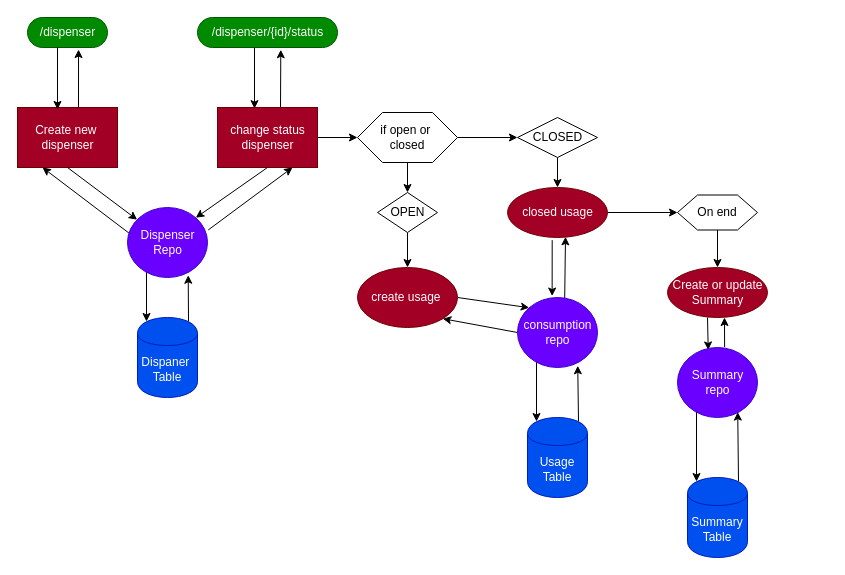
Earlier version of the draw.io diagram flow.drawio (KevinSDJ/BeerTapDispenser). Source tidied: cells renumbered, new cells numbered last; positions are measured from the earlier drawing's top-left corner, leaving out a move shared by most shapes. Both pictures are drawn from the tidied source at 100%, with x=0, y=0 at pixel (17, 17).
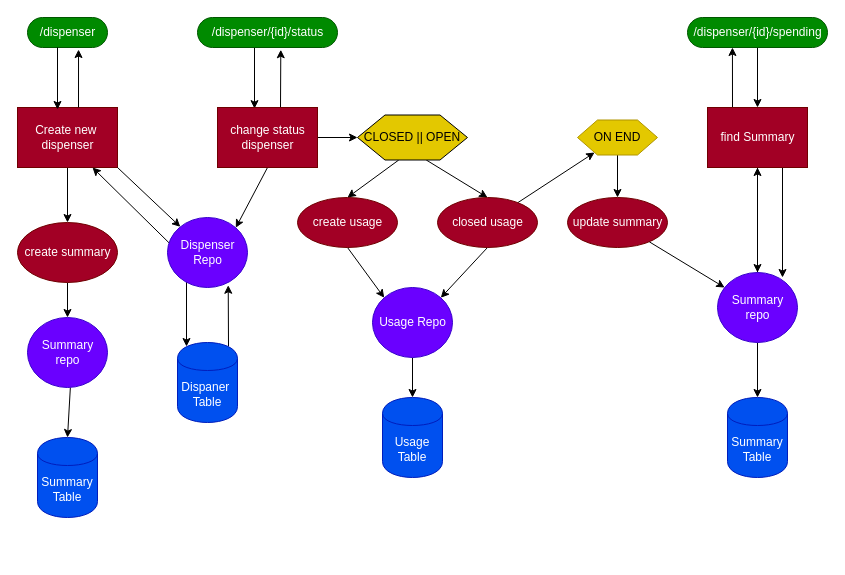
The same diagram, later.

The change refers to these unchanged cells:
```xml
<mxCell id="3" value="Create new&amp;nbsp; &lt;br&gt;dispenser" style="html=1;dashed=0;whitespace=wrap;fillColor=#a20025;fontColor=#ffffff;strokeColor=#6F0000;" parent="1" vertex="1">
  <mxGeometry y="90" width="100" height="60" as="geometry" />
</mxCell>
<mxCell id="14" value="change status&lt;br&gt;dispenser" style="html=1;dashed=0;whitespace=wrap;fillColor=#a20025;fontColor=#ffffff;strokeColor=#6F0000;" parent="1" vertex="1">
  <mxGeometry x="200" y="90" width="100" height="60" as="geometry" />
</mxCell>
```

What changed in the source:
```diff
@@
+    <mxCell id="46" style="edgeStyle=none;html=1;" parent="1" edge="1" source="3" target="56">
+      <mxGeometry relative="1" as="geometry" />
+    </mxCell>
@@
-    <mxCell id="6" style="edgeStyle=none;html=1;entryX=0.25;entryY=1;entryDx=0;entryDy=0;strokeColor=default;exitX=0.036;exitY=0.381;exitDx=0;exitDy=0;exitPerimeter=0;" parent="1" edge="1" source="8" target="3">
+    <mxCell id="6" style="edgeStyle=none;html=1;entryX=0.75;entryY=1;entryDx=0;entryDy=0;strokeColor=default;exitX=0.036;exitY=0.381;exitDx=0;exitDy=0;exitPerimeter=0;" parent="1" edge="1" source="8" target="3">
       <mxGeometry relative="1" as="geometry" />
     </mxCell>
     <mxCell id="7" style="edgeStyle=none;html=1;entryX=0.15;entryY=0.05;entryDx=0;entryDy=0;entryPerimeter=0;strokeColor=default;" parent="1" edge="1" target="16">
       <mxGeometry relative="1" as="geometry">
-        <mxPoint x="129" y="240" as="sourcePoint" />
+        <mxPoint x="169" y="260" as="sourcePoint" />
       </mxGeometry>
     </mxCell>
     <mxCell id="8" value="Dispenser&lt;br&gt;Repo" style="shape=ellipse;html=1;dashed=0;whitespace=wrap;perimeter=ellipsePerimeter;fillColor=#6a00ff;fontColor=#ffffff;strokeColor=#3700CC;" parent="1" vertex="1">
-      <mxGeometry x="110" y="190" width="80" height="70" as="geometry" />
+      <mxGeometry x="150" y="200" width="80" height="70" as="geometry" />
     </mxCell>
-    <mxCell id="9" style="endArrow=classic;html=1;exitX=0.5;exitY=1;exitDx=0;exitDy=0;" parent="1" edge="1" source="3" target="8">
+    <mxCell id="9" style="endArrow=classic;html=1;exitX=1;exitY=1;exitDx=0;exitDy=0;" parent="1" edge="1" source="3" target="8">
       <mxGeometry relative="1" as="geometry" />
     </mxCell>
@@
+    <mxCell id="17" style="edgeStyle=none;html=1;exitX=0.5;exitY=1;exitDx=0;exitDy=0;entryX=1;entryY=0;entryDx=0;entryDy=0;" parent="1" edge="1" source="14" target="8">
+      <mxGeometry relative="1" as="geometry" />
+    </mxCell>
@@
     <mxCell id="16" value="Dispaner&amp;nbsp;&lt;br&gt;Table" style="shape=cylinder;whiteSpace=wrap;html=1;boundedLbl=1;backgroundOutline=1;fillColor=#0050ef;fontColor=#ffffff;strokeColor=#001DBC;" parent="1" vertex="1">
-      <mxGeometry x="120" y="300" width="60" height="80" as="geometry" />
+      <mxGeometry x="160" y="325" width="60" height="80" as="geometry" />
     </mxCell>
-    <mxCell id="17" style="endArrow=classic;html=1;strokeColor=default;exitX=0.5;exitY=1;exitDx=0;exitDy=0;entryX=1;entryY=0;entryDx=0;entryDy=0;" parent="1" edge="1" source="14" target="8">
-      <mxGeometry relative="1" as="geometry" />
-    </mxCell>
-    <mxCell id="18" style="endArrow=classic;html=1;strokeColor=default;entryX=0.75;entryY=1;entryDx=0;entryDy=0;exitX=1.009;exitY=0.321;exitDx=0;exitDy=0;exitPerimeter=0;" parent="1" edge="1" source="8" target="14">
-      <mxGeometry relative="1" as="geometry" />
-    </mxCell>
-    <mxCell id="19" style="edgeStyle=none;html=1;strokeColor=default;" parent="1" edge="1" source="20" target="22">
-      <mxGeometry relative="1" as="geometry" />
-    </mxCell>
-    <mxCell id="20" value="OPEN" style="shape=rhombus;html=1;dashed=0;whitespace=wrap;perimeter=rhombusPerimeter;" parent="1" vertex="1">
-      <mxGeometry x="360" y="175" width="60" height="40" as="geometry" />
-    </mxCell>
-    <mxCell id="21" style="edgeStyle=none;html=1;exitX=1;exitY=0.5;exitDx=0;exitDy=0;entryX=0;entryY=0;entryDx=0;entryDy=0;strokeColor=default;" parent="1" edge="1" source="22" target="31">
-      <mxGeometry relative="1" as="geometry" />
-    </mxCell>
-    <mxCell id="22" value="create usage&amp;nbsp;" style="shape=ellipse;html=1;dashed=0;whitespace=wrap;perimeter=ellipsePerimeter;fillColor=#a20025;fontColor=#ffffff;strokeColor=#6F0000;" parent="1" vertex="1">
-      <mxGeometry x="340" y="250" width="100" height="60" as="geometry" />
-    </mxCell>
-    <mxCell id="23" style="edgeStyle=none;html=1;strokeColor=default;" parent="1" edge="1" source="25" target="20">
-      <mxGeometry relative="1" as="geometry" />
-    </mxCell>
-    <mxCell id="24" style="edgeStyle=none;html=1;strokeColor=default;" parent="1" edge="1" source="25" target="33">
-      <mxGeometry relative="1" as="geometry" />
-    </mxCell>
+    <mxCell id="47" style="edgeStyle=none;html=1;exitX=0.375;exitY=1;exitDx=0;exitDy=0;entryX=0.5;entryY=0;entryDx=0;entryDy=0;" parent="1" edge="1" source="25" target="22">
+      <mxGeometry relative="1" as="geometry" />
+    </mxCell>
+    <mxCell id="48" style="edgeStyle=none;html=1;exitX=0.625;exitY=1;exitDx=0;exitDy=0;entryX=0.5;entryY=0;entryDx=0;entryDy=0;" parent="1" edge="1" source="25" target="36">
+      <mxGeometry relative="1" as="geometry" />
+    </mxCell>
-    <mxCell id="25" value="if open or&amp;nbsp;&lt;br&gt;closed" style="shape=hexagon;perimeter=hexagonPerimeter2;whiteSpace=wrap;html=1;size=0.25;" parent="1" vertex="1">
-      <mxGeometry x="340" y="95" width="100" height="50" as="geometry" />
+    <mxCell id="25" value="CLOSED || OPEN" style="shape=hexagon;perimeter=hexagonPerimeter2;whiteSpace=wrap;html=1;size=0.25;fillColor=#e3c800;fontColor=#000000;strokeColor=default;gradientColor=none;shadow=0;" parent="1" vertex="1">
+      <mxGeometry x="340" y="97.5" width="110" height="45" as="geometry" />
     </mxCell>
-    <mxCell id="26" style="edgeStyle=none;html=1;exitX=0.85;exitY=0.05;exitDx=0;exitDy=0;exitPerimeter=0;entryX=0.753;entryY=0.975;entryDx=0;entryDy=0;entryPerimeter=0;strokeColor=default;" parent="1" edge="1" source="27" target="31">
-      <mxGeometry relative="1" as="geometry" />
-    </mxCell>
     <mxCell id="27" value="Usage&lt;br&gt;Table" style="shape=cylinder;whiteSpace=wrap;html=1;boundedLbl=1;backgroundOutline=1;fillColor=#0050ef;fontColor=#ffffff;strokeColor=#001DBC;" parent="1" vertex="1">
-      <mxGeometry x="510" y="400" width="60" height="80" as="geometry" />
+      <mxGeometry x="365" y="380" width="60" height="80" as="geometry" />
     </mxCell>
-    <mxCell id="28" style="edgeStyle=none;html=1;strokeColor=default;entryX=0.58;entryY=0.987;entryDx=0;entryDy=0;entryPerimeter=0;exitX=0.59;exitY=0.014;exitDx=0;exitDy=0;exitPerimeter=0;" parent="1" edge="1" source="31" target="36">
-      <mxGeometry relative="1" as="geometry" />
-    </mxCell>
-    <mxCell id="29" style="edgeStyle=none;html=1;exitX=0;exitY=0.5;exitDx=0;exitDy=0;entryX=1;entryY=1;entryDx=0;entryDy=0;strokeColor=default;" parent="1" edge="1" source="31" target="22">
-      <mxGeometry relative="1" as="geometry" />
-    </mxCell>
-    <mxCell id="30" style="edgeStyle=none;html=1;entryX=0.15;entryY=0.05;entryDx=0;entryDy=0;entryPerimeter=0;strokeColor=default;" parent="1" edge="1" target="27">
-      <mxGeometry relative="1" as="geometry">
-        <mxPoint x="519" y="340" as="sourcePoint" />
-      </mxGeometry>
-    </mxCell>
+    <mxCell id="49" style="edgeStyle=none;html=1;" parent="1" edge="1" source="31" target="27">
+      <mxGeometry relative="1" as="geometry" />
+    </mxCell>
-    <mxCell id="31" value="consumption&lt;br&gt;repo" style="shape=ellipse;html=1;dashed=0;whitespace=wrap;perimeter=ellipsePerimeter;fillColor=#6a00ff;fontColor=#ffffff;strokeColor=#3700CC;" parent="1" vertex="1">
-      <mxGeometry x="500" y="280" width="80" height="70" as="geometry" />
+    <mxCell id="31" value="Usage Repo" style="shape=ellipse;html=1;dashed=0;whitespace=wrap;perimeter=ellipsePerimeter;fillColor=#6a00ff;fontColor=#ffffff;strokeColor=#3700CC;" parent="1" vertex="1">
+      <mxGeometry x="355" y="270" width="80" height="70" as="geometry" />
     </mxCell>
-    <mxCell id="32" style="edgeStyle=none;html=1;strokeColor=default;entryX=0.5;entryY=0;entryDx=0;entryDy=0;" parent="1" edge="1" source="33" target="36">
-      <mxGeometry relative="1" as="geometry" />
-    </mxCell>
-    <mxCell id="33" value="CLOSED" style="shape=rhombus;html=1;dashed=0;whitespace=wrap;perimeter=rhombusPerimeter;" parent="1" vertex="1">
-      <mxGeometry x="500" y="100" width="80" height="40" as="geometry" />
-    </mxCell>
+    <mxCell id="35" style="edgeStyle=none;html=1;strokeColor=default;" parent="1" edge="1" source="36" target="38">
+      <mxGeometry relative="1" as="geometry" />
+    </mxCell>
-    <mxCell id="34" style="edgeStyle=none;html=1;strokeColor=default;exitX=0.447;exitY=1.053;exitDx=0;exitDy=0;exitPerimeter=0;entryX=0.433;entryY=-0.021;entryDx=0;entryDy=0;entryPerimeter=0;" parent="1" edge="1" source="36" target="31">
+    <mxCell id="34" style="edgeStyle=none;html=1;exitX=0.5;exitY=1;exitDx=0;exitDy=0;entryX=1;entryY=0;entryDx=0;entryDy=0;" parent="1" edge="1" source="36" target="31">
       <mxGeometry relative="1" as="geometry" />
     </mxCell>
-    <mxCell id="35" style="edgeStyle=none;html=1;strokeColor=default;" parent="1" edge="1" source="36" target="38">
-      <mxGeometry relative="1" as="geometry" />
-    </mxCell>
     <mxCell id="36" value="closed usage" style="shape=ellipse;html=1;dashed=0;whitespace=wrap;perimeter=ellipsePerimeter;fillColor=#a20025;fontColor=#ffffff;strokeColor=#6F0000;" parent="1" vertex="1">
-      <mxGeometry x="490" y="170" width="100" height="50" as="geometry" />
+      <mxGeometry x="420" y="180" width="100" height="50" as="geometry" />
     </mxCell>
@@
-    <mxCell id="38" value="On end" style="shape=hexagon;perimeter=hexagonPerimeter2;whiteSpace=wrap;html=1;size=0.25;" parent="1" vertex="1">
-      <mxGeometry x="660" y="177.5" width="80" height="35" as="geometry" />
+    <mxCell id="38" value="ON END" style="shape=hexagon;perimeter=hexagonPerimeter2;whiteSpace=wrap;html=1;size=0.25;fillColor=#e3c800;fontColor=#000000;strokeColor=#B09500;" parent="1" vertex="1">
+      <mxGeometry x="560" y="102.5" width="80" height="35" as="geometry" />
     </mxCell>
-    <mxCell id="39" style="edgeStyle=none;html=1;exitX=0.4;exitY=1;exitDx=0;exitDy=0;entryX=0.384;entryY=0.035;entryDx=0;entryDy=0;strokeColor=default;exitPerimeter=0;entryPerimeter=0;" parent="1" edge="1" source="40" target="43">
+    <mxCell id="39" style="edgeStyle=none;html=1;" parent="1" edge="1" source="40" target="43">
       <mxGeometry relative="1" as="geometry" />
     </mxCell>
-    <mxCell id="40" value="Create or update&lt;br&gt;Summary" style="shape=ellipse;html=1;dashed=0;whitespace=wrap;perimeter=ellipsePerimeter;fillColor=#a20025;fontColor=#ffffff;strokeColor=#6F0000;" parent="1" vertex="1">
-      <mxGeometry x="650" y="250" width="100" height="50" as="geometry" />
+    <mxCell id="40" value="update summary" style="shape=ellipse;html=1;dashed=0;whitespace=wrap;perimeter=ellipsePerimeter;fillColor=#a20025;fontColor=#ffffff;strokeColor=#6F0000;" parent="1" vertex="1">
+      <mxGeometry x="550" y="180" width="100" height="50" as="geometry" />
     </mxCell>
-    <mxCell id="41" style="edgeStyle=none;html=1;entryX=0.15;entryY=0.05;entryDx=0;entryDy=0;entryPerimeter=0;strokeColor=default;" parent="1" edge="1" target="45">
-      <mxGeometry relative="1" as="geometry">
-        <mxPoint x="679" y="390" as="sourcePoint" />
-      </mxGeometry>
-    </mxCell>
-    <mxCell id="42" style="edgeStyle=none;html=1;strokeColor=default;exitX=0.589;exitY=-0.007;exitDx=0;exitDy=0;exitPerimeter=0;" parent="1" edge="1" source="43">
-      <mxGeometry relative="1" as="geometry">
-        <mxPoint x="707" y="300" as="targetPoint" />
-      </mxGeometry>
-    </mxCell>
+    <mxCell id="50" style="edgeStyle=none;html=1;" parent="1" edge="1" source="43" target="45">
+      <mxGeometry relative="1" as="geometry" />
+    </mxCell>
+    <mxCell id="51" style="edgeStyle=none;html=1;" parent="1" edge="1" source="43" target="62">
+      <mxGeometry relative="1" as="geometry" />
+    </mxCell>
     <mxCell id="43" value="Summary&lt;br&gt;repo" style="shape=ellipse;html=1;dashed=0;whitespace=wrap;perimeter=ellipsePerimeter;fillColor=#6a00ff;fontColor=#ffffff;strokeColor=#3700CC;" parent="1" vertex="1">
-      <mxGeometry x="660" y="330" width="80" height="70" as="geometry" />
+      <mxGeometry x="700" y="255" width="80" height="70" as="geometry" />
     </mxCell>
-    <mxCell id="44" style="edgeStyle=none;html=1;exitX=0.85;exitY=0.05;exitDx=0;exitDy=0;exitPerimeter=0;entryX=0.753;entryY=0.923;entryDx=0;entryDy=0;entryPerimeter=0;strokeColor=default;" parent="1" edge="1" source="45" target="43">
-      <mxGeometry relative="1" as="geometry" />
-    </mxCell>
     <mxCell id="45" value="Summary&lt;br&gt;Table" style="shape=cylinder;whiteSpace=wrap;html=1;boundedLbl=1;backgroundOutline=1;fillColor=#0050ef;fontColor=#ffffff;strokeColor=#001DBC;" parent="1" vertex="1">
-      <mxGeometry x="670" y="460" width="60" height="80" as="geometry" />
+      <mxGeometry x="710" y="380" width="60" height="80" as="geometry" />
     </mxCell>
+    <mxCell id="52" style="edgeStyle=none;html=1;" parent="1" edge="1" source="53" target="54">
+      <mxGeometry relative="1" as="geometry" />
+    </mxCell>
+    <mxCell id="53" value="Summary&lt;br&gt;repo" style="shape=ellipse;html=1;dashed=0;whitespace=wrap;perimeter=ellipsePerimeter;fillColor=#6a00ff;fontColor=#ffffff;strokeColor=#3700CC;" parent="1" vertex="1">
+      <mxGeometry x="10" y="300" width="80" height="70" as="geometry" />
+    </mxCell>
+    <mxCell id="54" value="Summary&lt;br&gt;Table" style="shape=cylinder;whiteSpace=wrap;html=1;boundedLbl=1;backgroundOutline=1;fillColor=#0050ef;fontColor=#ffffff;strokeColor=#001DBC;" parent="1" vertex="1">
+      <mxGeometry x="20" y="420" width="60" height="80" as="geometry" />
+    </mxCell>
+    <mxCell id="55" style="edgeStyle=none;html=1;" parent="1" edge="1" source="56" target="53">
+      <mxGeometry relative="1" as="geometry" />
+    </mxCell>
+    <mxCell id="56" value="create summary" style="shape=ellipse;html=1;dashed=0;whitespace=wrap;perimeter=ellipsePerimeter;fillColor=#a20025;fontColor=#ffffff;strokeColor=#6F0000;" parent="1" vertex="1">
+      <mxGeometry y="205" width="100" height="60" as="geometry" />
+    </mxCell>
+    <mxCell id="57" style="edgeStyle=none;html=1;" parent="1" edge="1" source="58" target="62">
+      <mxGeometry relative="1" as="geometry" />
+    </mxCell>
+    <mxCell id="58" value="/dispenser/{id}/spending" style="html=1;dashed=0;whitespace=wrap;shape=mxgraph.dfd.start;fillColor=#008a00;fontColor=#ffffff;strokeColor=#005700;" parent="1" vertex="1">
+      <mxGeometry x="670" width="140" height="30" as="geometry" />
+    </mxCell>
+    <mxCell id="59" style="edgeStyle=none;html=1;exitX=0.25;exitY=0;exitDx=0;exitDy=0;entryX=0.321;entryY=1;entryDx=0;entryDy=0;entryPerimeter=0;" parent="1" edge="1" source="62" target="58">
+      <mxGeometry relative="1" as="geometry" />
+    </mxCell>
+    <mxCell id="60" style="edgeStyle=none;html=1;" parent="1" edge="1" source="62" target="43">
+      <mxGeometry relative="1" as="geometry" />
+    </mxCell>
+    <mxCell id="61" style="edgeStyle=none;html=1;exitX=0.75;exitY=1;exitDx=0;exitDy=0;" parent="1" edge="1" source="62">
+      <mxGeometry relative="1" as="geometry">
+        <mxPoint x="765" y="260" as="targetPoint" />
+      </mxGeometry>
+    </mxCell>
+    <mxCell id="62" value="find Summary" style="html=1;dashed=0;whitespace=wrap;fillColor=#a20025;fontColor=#ffffff;strokeColor=#6F0000;" parent="1" vertex="1">
+      <mxGeometry x="690" y="90" width="100" height="60" as="geometry" />
+    </mxCell>
+    <mxCell id="21" style="edgeStyle=none;html=1;exitX=0.5;exitY=1;exitDx=0;exitDy=0;entryX=0;entryY=0;entryDx=0;entryDy=0;" parent="1" edge="1" source="22" target="31">
+      <mxGeometry relative="1" as="geometry" />
+    </mxCell>
+    <mxCell id="22" value="create usage" style="shape=ellipse;html=1;dashed=0;whitespace=wrap;perimeter=ellipsePerimeter;fillColor=#a20025;fontColor=#ffffff;strokeColor=#6F0000;" parent="1" vertex="1">
+      <mxGeometry x="280" y="180" width="100" height="50" as="geometry" />
+    </mxCell>
```
